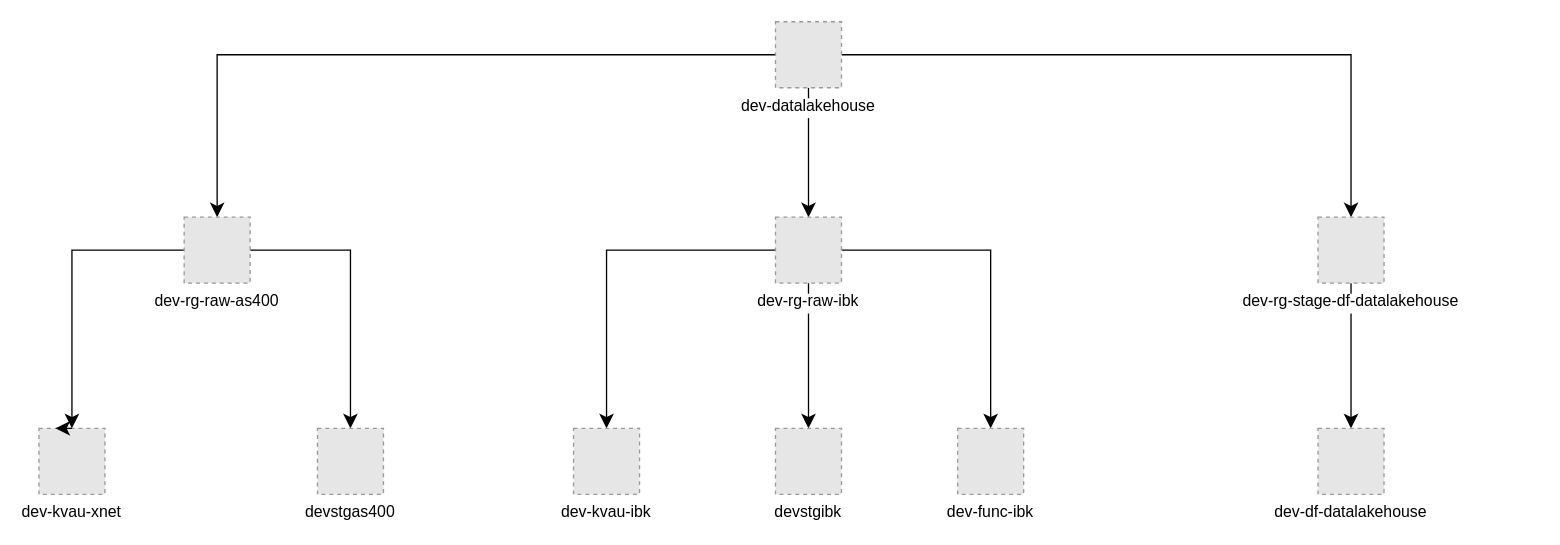
Earlier version of the draw.io diagram page "dev-datalakehouse" (2 of 5) of Arquitectura Azure.drawio (jcdiazz/Diagramas). Source tidied: cells renumbered, new cells numbered last; positions are measured from the earlier drawing's top-left corner, leaving out a move shared by most shapes. Both pictures are drawn from the tidied source at 132%, with x=0, y=0 at pixel (38, 21). Pictures stored in the file or linked from it are replaced by grey dashed boxes.
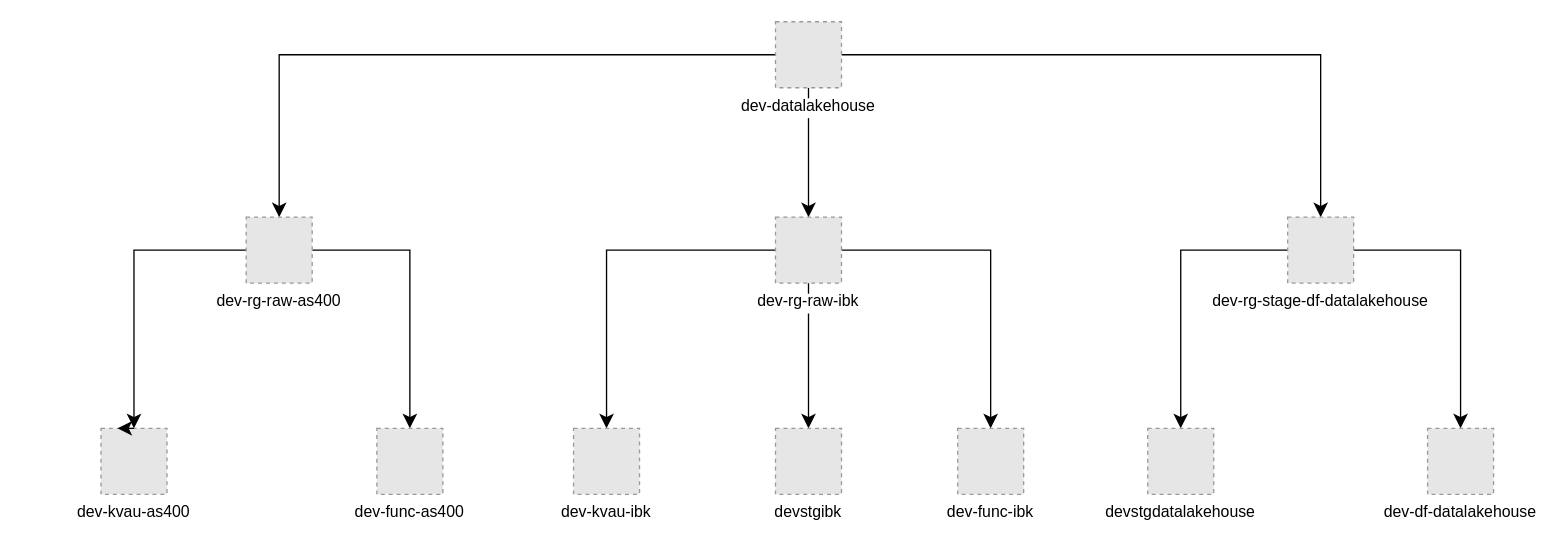
Above is the later version.

Change to the diagram source:
```diff
@@
-    <mxCell id="10" style="edgeStyle=orthogonalEdgeStyle;rounded=0;jettySize=auto;html=1;fontSize=12;startSize=8;endSize=8;" parent="1" edge="1" source="12" target="13">
+    <mxCell id="10" style="edgeStyle=orthogonalEdgeStyle;rounded=0;jettySize=auto;html=1;fontSize=12;startSize=8;endSize=8;" parent="1" edge="1" source="12" target="23">
       <mxGeometry relative="1" as="geometry" />
     </mxCell>
@@
     <mxCell id="12" value="dev-rg-raw-as400" style="fillColor=#E6E6E6;strokeColor=#999999;dashed=1;verticalLabelPosition=bottom;labelBackgroundColor=default;verticalAlign=top;rotation=0;" parent="1" vertex="1">
-      <mxGeometry x="110" y="148" width="50" height="50" as="geometry" />
+      <mxGeometry x="157" y="148" width="50" height="50" as="geometry" />
     </mxCell>
-    <mxCell id="13" value="devstgas400" style="fillColor=#E6E6E6;strokeColor=#999999;dashed=1;verticalLabelPosition=bottom;labelBackgroundColor=default;verticalAlign=top;rotation=0;" parent="1" vertex="1">
-      <mxGeometry x="211" y="308" width="50" height="50" as="geometry" />
-    </mxCell>
-    <mxCell id="14" style="edgeStyle=none;curved=1;rounded=0;jettySize=auto;html=1;entryX=0.5;entryY=0;entryDx=0;entryDy=0;fontSize=12;startSize=8;endSize=8;" parent="1" edge="1" source="15" target="16">
+    <mxCell id="14" style="edgeStyle=orthogonalEdgeStyle;rounded=0;jettySize=auto;html=1;entryX=0.5;entryY=0;entryDx=0;entryDy=0;fontSize=12;startSize=8;endSize=8;" parent="1" edge="1" source="15" target="16">
       <mxGeometry relative="1" as="geometry" />
     </mxCell>
+    <mxCell id="22" style="edgeStyle=orthogonalEdgeStyle;rounded=0;jettySize=auto;html=1;entryX=0.5;entryY=0;entryDx=0;entryDy=0;fontSize=12;startSize=8;endSize=8;" parent="1" edge="1" source="15" target="24">
+      <mxGeometry relative="1" as="geometry" />
+    </mxCell>
     <mxCell id="15" value="dev-rg-stage-df-datalakehouse" style="fillColor=#E6E6E6;strokeColor=#999999;dashed=1;verticalLabelPosition=bottom;labelBackgroundColor=default;verticalAlign=top;rotation=0;" parent="1" vertex="1">
-      <mxGeometry x="969" y="148" width="50" height="50" as="geometry" />
+      <mxGeometry x="946" y="148" width="50" height="50" as="geometry" />
     </mxCell>
     <mxCell id="16" value="dev-df-datalakehouse" style="fillColor=#E6E6E6;strokeColor=#999999;dashed=1;verticalLabelPosition=bottom;labelBackgroundColor=default;verticalAlign=top;rotation=0;" parent="1" vertex="1">
-      <mxGeometry x="969" y="308" width="50" height="50" as="geometry" />
+      <mxGeometry x="1052" y="308" width="50" height="50" as="geometry" />
     </mxCell>
-    <mxCell id="17" value="dev-kvau-xnet" style="fillColor=#E6E6E6;strokeColor=#999999;dashed=1;verticalLabelPosition=bottom;labelBackgroundColor=default;verticalAlign=top;rotation=0;" parent="1" vertex="1">
-      <mxGeometry y="308" width="50" height="50" as="geometry" />
+    <mxCell id="17" value="dev-kvau-as400" style="fillColor=#E6E6E6;strokeColor=#999999;dashed=1;verticalLabelPosition=bottom;labelBackgroundColor=default;verticalAlign=top;rotation=0;" parent="1" vertex="1">
+      <mxGeometry x="47" y="308" width="50" height="50" as="geometry" />
     </mxCell>
@@
+    <mxCell id="23" value="dev-func-as400" style="fillColor=#E6E6E6;strokeColor=#999999;dashed=1;verticalLabelPosition=bottom;labelBackgroundColor=default;verticalAlign=top;rotation=0;" parent="1" vertex="1">
+      <mxGeometry x="256" y="308" width="50" height="50" as="geometry" />
+    </mxCell>
+    <mxCell id="24" value="devstgdatalakehouse" style="fillColor=#E6E6E6;strokeColor=#999999;dashed=1;verticalLabelPosition=bottom;labelBackgroundColor=default;verticalAlign=top;rotation=0;" parent="1" vertex="1">
+      <mxGeometry x="840" y="308" width="50" height="50" as="geometry" />
+    </mxCell>
```
